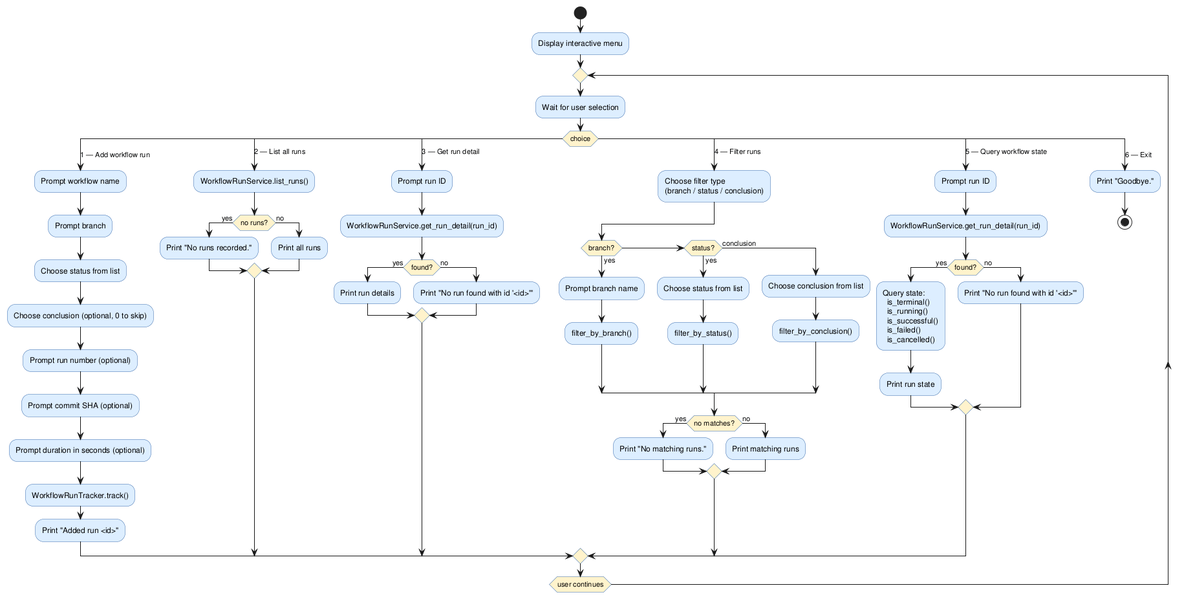
This is experiments/pipeline/structured_text/github-workflow-manager/artifacts/activity_diagram_interactive.png from DanielRiha8906/Software_autoevolution_using_agents, a PlantUML export, as it was before one commit.
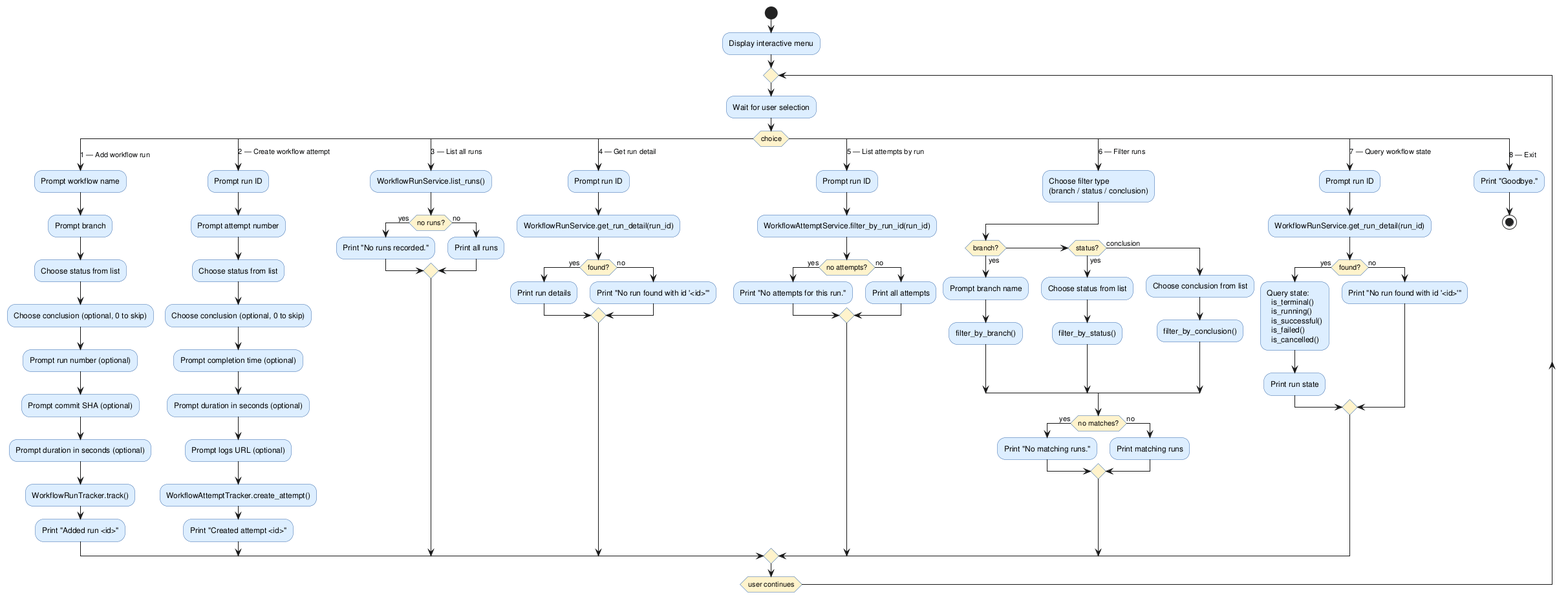
The same diagram one commit later.

Diff of the diagram source:
```diff
@@ -25,7 +25,18 @@
       :WorkflowRunTracker.track();
       :Print "Added run <id>";
 
-    case (2 — List all runs)
+    case (2 — Create workflow attempt)
+      :Prompt run ID;
+      :Prompt attempt number;
+      :Choose status from list;
+      :Choose conclusion (optional, 0 to skip);
+      :Prompt completion time (optional);
+      :Prompt duration in seconds (optional);
+      :Prompt logs URL (optional);
+      :WorkflowAttemptTracker.create_attempt();
+      :Print "Created attempt <id>";
+
+    case (3 — List all runs)
       :WorkflowRunService.list_runs();
       if (no runs?) then (yes)
         :Print "No runs recorded.";
@@ -33,7 +44,7 @@
         :Print all runs;
       endif
 
-    case (3 — Get run detail)
+    case (4 — Get run detail)
       :Prompt run ID;
       :WorkflowRunService.get_run_detail(run_id);
       if (found?) then (yes)
@@ -42,7 +53,16 @@
         :Print "No run found with id '<id>'";
       endif
 
-    case (4 — Filter runs)
+    case (5 — List attempts by run)
+      :Prompt run ID;
+      :WorkflowAttemptService.filter_by_run_id(run_id);
+      if (no attempts?) then (yes)
+        :Print "No attempts for this run.";
+      else (no)
+        :Print all attempts;
+      endif
+
+    case (6 — Filter runs)
       :Choose filter type\n(branch / status / conclusion);
       if (branch?) then (yes)
         :Prompt branch name;
@@ -60,7 +80,7 @@
         :Print matching runs;
       endif
 
-    case (5 — Query workflow state)
+    case (7 — Query workflow state)
       :Prompt run ID;
       :WorkflowRunService.get_run_detail(run_id);
       if (found?) then (yes)
@@ -70,7 +90,7 @@
         :Print "No run found with id '<id>'";
       endif
 
-    case (6 — Exit)
+    case (8 — Exit)
       :Print "Goodbye.";
       stop
 
```
